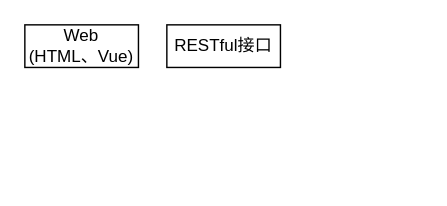
Earlier version of the draw.io diagram sys_struct.drawio (foreignbill/drawio). Source tidied: cells renumbered, new cells numbered last; positions are measured from the earlier drawing's top-left corner, leaving out a move shared by most shapes. Both pictures are drawn from the tidied source at 142%, with x=0, y=0 at pixel (24, 24).
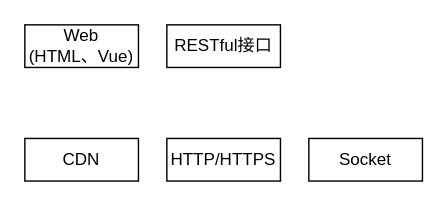
The same diagram, later.

The edit, as a diff of the source:
```diff
@@
 <mxGraphModel>
   <root>
     <mxCell id="0" />
     <mxCell id="1" parent="0" />
     <mxCell id="2" value="Web&lt;br&gt;(HTML、Vue)" style="rounded=0;whiteSpace=wrap;html=1;" parent="1" vertex="1">
       <mxGeometry width="80" height="30" as="geometry" />
     </mxCell>
     <mxCell id="3" value="RESTful接口" style="rounded=0;whiteSpace=wrap;html=1;" parent="1" vertex="1">
       <mxGeometry x="100" width="80" height="30" as="geometry" />
     </mxCell>
+    <mxCell id="4" value="CDN" style="rounded=0;whiteSpace=wrap;html=1;" parent="1" vertex="1">
+      <mxGeometry y="80" width="80" height="30" as="geometry" />
+    </mxCell>
+    <mxCell id="5" value="HTTP/HTTPS" style="rounded=0;whiteSpace=wrap;html=1;" parent="1" vertex="1">
+      <mxGeometry x="100" y="80" width="80" height="30" as="geometry" />
+    </mxCell>
+    <mxCell id="6" value="Socket" style="rounded=0;whiteSpace=wrap;html=1;" parent="1" vertex="1">
+      <mxGeometry x="200" y="80" width="80" height="30" as="geometry" />
+    </mxCell>
   </root>
 </mxGraphModel>
```
